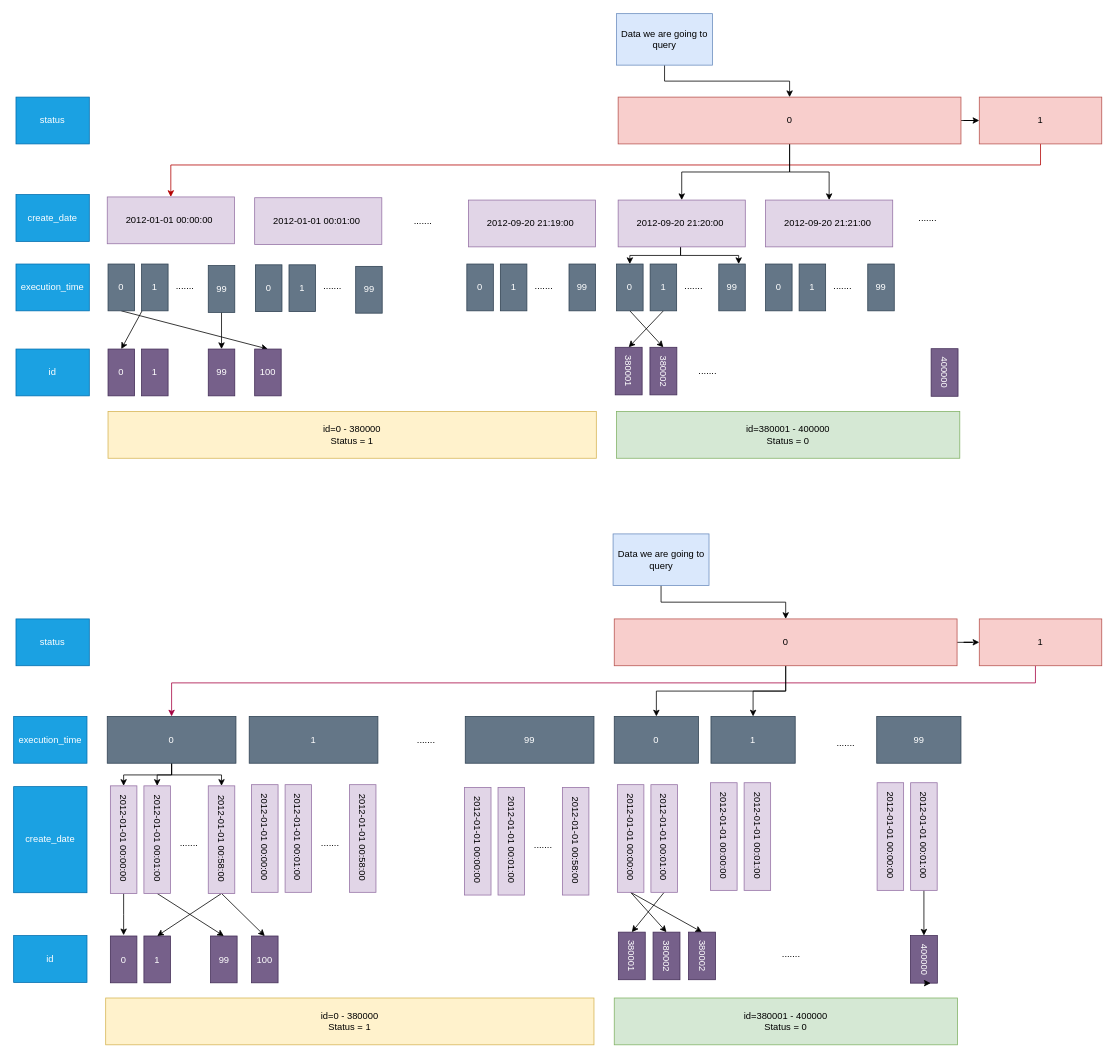
This is page "Page-2" (2 of 2) of drawio/mysql/mysql.drawio from cmkam/architecture, a draw.io file, before an edit. Source tidied: cells renumbered, new cells numbered last; positions are measured from the earlier drawing's top-left corner, leaving out a move shared by most shapes. Both pictures are drawn from the tidied source at 78%, with x=0, y=0 at pixel (13, 13).
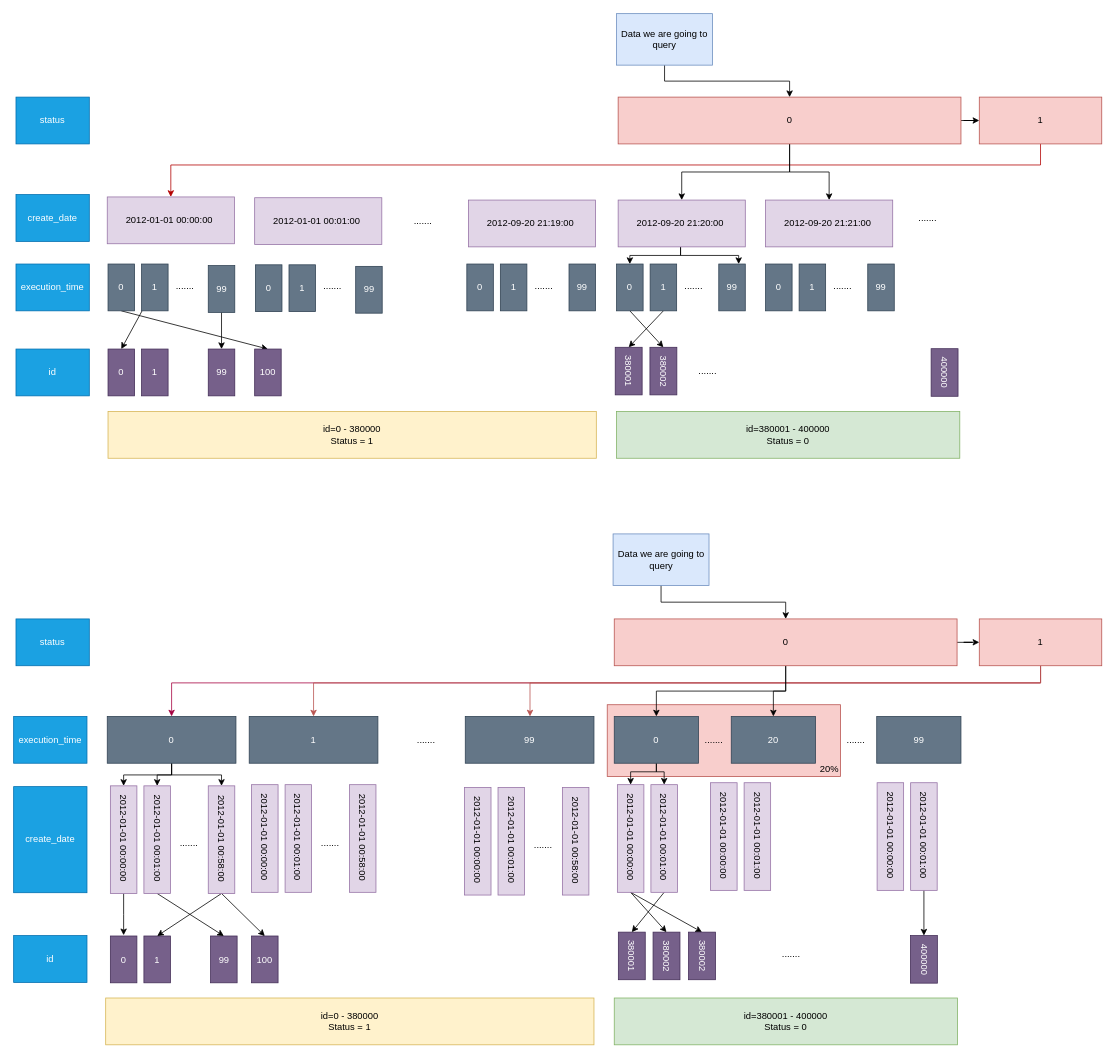
The same page after the edit.

Unchanged cells that the change refers to:
```xml
<mxCell id="61" value="1" style="rounded=0;whiteSpace=wrap;html=1;fillColor=#f8cecc;strokeColor=#b85450;" parent="1" vertex="1">
  <mxGeometry x="1238" y="776" width="157" height="60" as="geometry" />
</mxCell>
<mxCell id="72" value="&lt;pre class=&quot;graf graf--pre&quot;&gt;&lt;font face=&quot;Helvetica&quot;&gt;&lt;span style=&quot;white-space: normal;&quot;&gt;0&lt;/span&gt;&lt;/font&gt;&lt;/pre&gt;" style="rounded=0;whiteSpace=wrap;html=1;fillColor=#647687;strokeColor=#314354;fontColor=#ffffff;" parent="1" vertex="1">
  <mxGeometry x="120" y="901" width="165" height="60" as="geometry" />
</mxCell>
<mxCell id="84" value="&lt;pre class=&quot;graf graf--pre&quot;&gt;&lt;font face=&quot;Helvetica&quot;&gt;&lt;span style=&quot;white-space: normal;&quot;&gt;400000&lt;/span&gt;&lt;/font&gt;&lt;/pre&gt;" style="rounded=0;whiteSpace=wrap;html=1;fillColor=#76608a;strokeColor=#432D57;fontColor=#ffffff;rotation=90;" parent="1" vertex="1">
  <mxGeometry x="1136.5" y="1195.2" width="61" height="34.5" as="geometry" />
</mxCell>
<mxCell id="89" value="&lt;pre class=&quot;graf graf--pre&quot;&gt;&lt;font face=&quot;Helvetica&quot;&gt;&lt;span style=&quot;white-space: normal;&quot;&gt;1&lt;/span&gt;&lt;/font&gt;&lt;/pre&gt;" style="rounded=0;whiteSpace=wrap;html=1;fillColor=#647687;strokeColor=#314354;fontColor=#ffffff;" parent="1" vertex="1">
  <mxGeometry x="302" y="901" width="165" height="60" as="geometry" />
</mxCell>
<mxCell id="90" value="&lt;pre class=&quot;graf graf--pre&quot;&gt;&lt;font face=&quot;Helvetica&quot;&gt;&lt;span style=&quot;white-space: normal;&quot;&gt;99&lt;/span&gt;&lt;/font&gt;&lt;/pre&gt;" style="rounded=0;whiteSpace=wrap;html=1;fillColor=#647687;strokeColor=#314354;fontColor=#ffffff;" parent="1" vertex="1">
  <mxGeometry x="579" y="901" width="165" height="60" as="geometry" />
</mxCell>
<mxCell id="91" value="&lt;pre class=&quot;graf graf--pre&quot;&gt;&lt;font face=&quot;Helvetica&quot;&gt;&lt;span style=&quot;white-space: normal;&quot;&gt;0&lt;/span&gt;&lt;/font&gt;&lt;/pre&gt;" style="rounded=0;whiteSpace=wrap;html=1;fillColor=#647687;strokeColor=#314354;fontColor=#ffffff;" parent="1" vertex="1">
  <mxGeometry x="770" y="901" width="108" height="60" as="geometry" />
</mxCell>
<mxCell id="109" value="&lt;pre class=&quot;graf graf--pre&quot;&gt;&lt;span style=&quot;background-color: initial; font-family: Helvetica; white-space: normal;&quot;&gt;2012-01-01 00:00:00&amp;nbsp;&lt;/span&gt;&lt;/pre&gt;" style="rounded=0;whiteSpace=wrap;html=1;fillColor=#e1d5e7;strokeColor=#9673a6;rotation=90;" parent="1" vertex="1">
  <mxGeometry x="722" y="1040.5" width="138" height="34" as="geometry" />
</mxCell>
<mxCell id="111" value="&lt;pre class=&quot;graf graf--pre&quot;&gt;&lt;span style=&quot;background-color: initial; font-family: Helvetica; white-space: normal;&quot;&gt;2012-01-01 00:01:00&amp;nbsp;&lt;/span&gt;&lt;/pre&gt;" style="rounded=0;whiteSpace=wrap;html=1;fillColor=#e1d5e7;strokeColor=#9673a6;rotation=90;" parent="1" vertex="1">
  <mxGeometry x="765" y="1040.5" width="138" height="34" as="geometry" />
</mxCell>
```

Change to the diagram source:
```diff
@@
+    <mxCell id="119" value="20%" style="rounded=0;whiteSpace=wrap;html=1;fillColor=#f8cecc;strokeColor=#b85450;align=right;verticalAlign=bottom;" parent="1" vertex="1">
+      <mxGeometry x="761" y="886" width="299" height="92" as="geometry" />
+    </mxCell>
@@
-    <mxCell id="60" style="edgeStyle=orthogonalEdgeStyle;rounded=0;jettySize=auto;html=1;entryX=0.5;entryY=0;entryDx=0;entryDy=0;fillColor=#d80073;strokeColor=#A50040;" parent="1" edge="1" source="61" target="72">
+    <mxCell id="60" style="edgeStyle=orthogonalEdgeStyle;rounded=0;jettySize=auto;html=1;entryX=0.5;entryY=0;entryDx=0;entryDy=0;fillColor=#d80073;strokeColor=#A50040;exitX=0.5;exitY=1;exitDx=0;exitDy=0;" parent="1" edge="1" source="61" target="72">
       <mxGeometry relative="1" as="geometry">
         <Array as="points">
-          <mxPoint x="1310" y="858" />
+          <mxPoint x="1317" y="858" />
           <mxPoint x="203" y="858" />
         </Array>
       </mxGeometry>
     </mxCell>
+    <mxCell id="120" style="edgeStyle=orthogonalEdgeStyle;rounded=0;jettySize=auto;html=1;entryX=0.5;entryY=0;entryDx=0;entryDy=0;fillColor=#f8cecc;strokeColor=#b85450;exitX=0.501;exitY=0.94;exitDx=0;exitDy=0;exitPerimeter=0;" parent="1" edge="1" source="61" target="89">
+      <mxGeometry relative="1" as="geometry">
+        <Array as="points">
+          <mxPoint x="1317" y="858" />
+          <mxPoint x="384" y="858" />
+        </Array>
+      </mxGeometry>
+    </mxCell>
+    <mxCell id="121" style="edgeStyle=orthogonalEdgeStyle;rounded=0;jettySize=auto;html=1;fillColor=#f8cecc;strokeColor=#b85450;" parent="1" edge="1" source="61" target="90">
+      <mxGeometry relative="1" as="geometry">
+        <Array as="points">
+          <mxPoint x="1317" y="858" />
+          <mxPoint x="662" y="858" />
+        </Array>
+      </mxGeometry>
+    </mxCell>
@@
+    <mxCell id="122" style="edgeStyle=orthogonalEdgeStyle;rounded=0;jettySize=auto;html=1;" parent="1" edge="1" source="91" target="109">
+      <mxGeometry relative="1" as="geometry">
+        <Array as="points">
+          <mxPoint x="824" y="972" />
+          <mxPoint x="791" y="972" />
+        </Array>
+      </mxGeometry>
+    </mxCell>
+    <mxCell id="123" style="edgeStyle=orthogonalEdgeStyle;rounded=0;jettySize=auto;html=1;entryX=0;entryY=0.5;entryDx=0;entryDy=0;" parent="1" edge="1" source="91" target="111">
+      <mxGeometry relative="1" as="geometry">
+        <Array as="points">
+          <mxPoint x="824" y="972" />
+          <mxPoint x="834" y="972" />
+        </Array>
+      </mxGeometry>
+    </mxCell>
@@
     <mxCell id="92" value="......." style="text;html=1;align=center;verticalAlign=middle;whiteSpace=wrap;rounded=0;" parent="1" vertex="1">
-      <mxGeometry x="1037" y="920" width="60" height="30" as="geometry" />
+      <mxGeometry x="867.5" y="917" width="60" height="30" as="geometry" />
     </mxCell>
-    <mxCell id="93" value="&lt;pre class=&quot;graf graf--pre&quot;&gt;&lt;font face=&quot;Helvetica&quot;&gt;&lt;span style=&quot;white-space: normal;&quot;&gt;1&lt;/span&gt;&lt;/font&gt;&lt;/pre&gt;" style="rounded=0;whiteSpace=wrap;html=1;fillColor=#647687;strokeColor=#314354;fontColor=#ffffff;" parent="1" vertex="1">
-      <mxGeometry x="894" y="901" width="108" height="60" as="geometry" />
+    <mxCell id="93" value="&lt;pre class=&quot;graf graf--pre&quot;&gt;&lt;font face=&quot;Helvetica&quot;&gt;&lt;span style=&quot;white-space: normal;&quot;&gt;20&lt;/span&gt;&lt;/font&gt;&lt;/pre&gt;" style="rounded=0;whiteSpace=wrap;html=1;fillColor=#647687;strokeColor=#314354;fontColor=#ffffff;" parent="1" vertex="1">
+      <mxGeometry x="920" y="901" width="108" height="60" as="geometry" />
     </mxCell>
@@
-    <mxCell id="118" style="edgeStyle=orthogonalEdgeStyle;rounded=0;orthogonalLoop=1;jettySize=auto;html=1;exitX=1;exitY=0.5;exitDx=0;exitDy=0;entryX=1;entryY=0.25;entryDx=0;entryDy=0;" parent="1" edge="1" source="84" target="84">
-      <mxGeometry relative="1" as="geometry" />
-    </mxCell>
+    <mxCell id="124" value="......." style="text;html=1;align=center;verticalAlign=middle;whiteSpace=wrap;rounded=0;" parent="1" vertex="1">
+      <mxGeometry x="1050" y="917" width="60" height="30" as="geometry" />
+    </mxCell>
```
